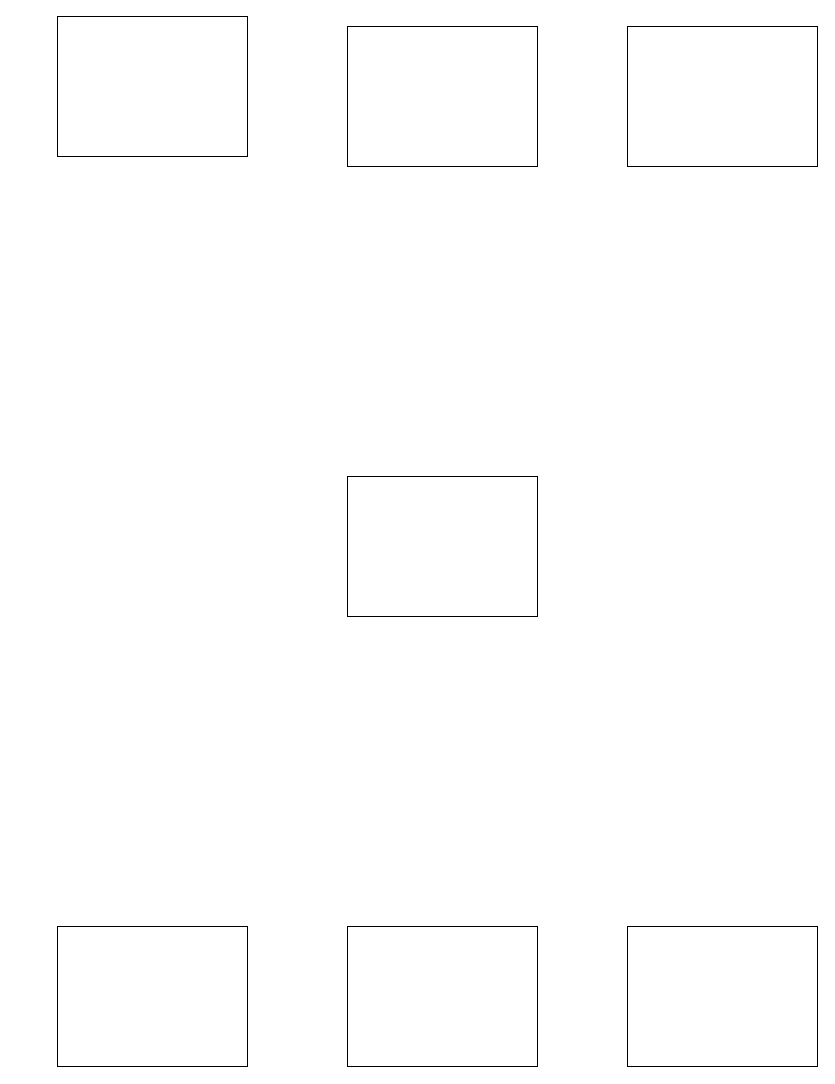
The draw.io diagram Lists/List01/Exec06/Popsicle.drawio in RenanGAS/Database-1, before the edit. Source tidied: cells renumbered, new cells numbered last; positions are measured from the earlier drawing's top-left corner, leaving out a move shared by most shapes. Both pictures are drawn from the tidied source at 100%, with x=0, y=0 at pixel (57, 16).
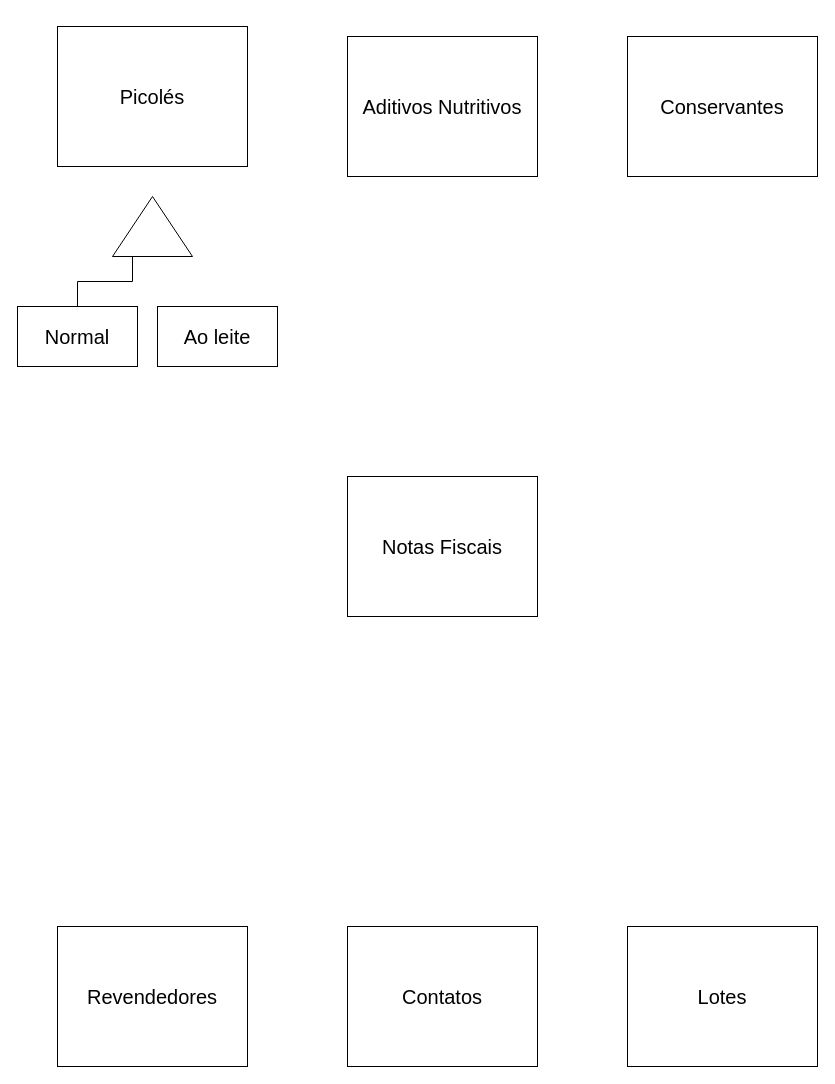
The same page after the edit.

What changed in the source:
```diff
@@
 <mxGraphModel>
   <root>
     <mxCell id="0" />
     <mxCell id="1" parent="0" />
-    <mxCell id="2" style="rounded=0;whiteSpace=wrap;html=1;" parent="1" vertex="1">
-      <mxGeometry width="190" height="140" as="geometry" />
+    <mxCell id="2" value="&lt;font style=&quot;font-size: 20px&quot;&gt;Picolés&lt;/font&gt;" style="rounded=0;whiteSpace=wrap;html=1;" parent="1" vertex="1">
+      <mxGeometry y="10" width="190" height="140" as="geometry" />
     </mxCell>
-    <mxCell id="3" style="rounded=0;whiteSpace=wrap;html=1;" parent="1" vertex="1">
-      <mxGeometry x="570" y="10" width="190" height="140" as="geometry" />
+    <mxCell id="3" value="&lt;font style=&quot;font-size: 20px&quot;&gt;Conservantes&lt;/font&gt;" style="rounded=0;whiteSpace=wrap;html=1;" parent="1" vertex="1">
+      <mxGeometry x="570" y="20" width="190" height="140" as="geometry" />
     </mxCell>
-    <mxCell id="4" style="rounded=0;whiteSpace=wrap;html=1;" parent="1" vertex="1">
-      <mxGeometry x="290" y="10" width="190" height="140" as="geometry" />
+    <mxCell id="4" value="&lt;font style=&quot;font-size: 20px&quot;&gt;Aditivos Nutritivos&lt;/font&gt;" style="rounded=0;whiteSpace=wrap;html=1;" parent="1" vertex="1">
+      <mxGeometry x="290" y="20" width="190" height="140" as="geometry" />
     </mxCell>
-    <mxCell id="5" style="rounded=0;whiteSpace=wrap;html=1;" parent="1" vertex="1">
+    <mxCell id="5" value="&lt;font style=&quot;font-size: 20px&quot;&gt;Revendedores&lt;/font&gt;" style="rounded=0;whiteSpace=wrap;html=1;" parent="1" vertex="1">
       <mxGeometry y="910" width="190" height="140" as="geometry" />
     </mxCell>
-    <mxCell id="6" style="rounded=0;whiteSpace=wrap;html=1;" parent="1" vertex="1">
+    <mxCell id="6" value="&lt;font style=&quot;font-size: 20px&quot;&gt;Contatos&lt;/font&gt;" style="rounded=0;whiteSpace=wrap;html=1;" parent="1" vertex="1">
       <mxGeometry x="290" y="910" width="190" height="140" as="geometry" />
     </mxCell>
-    <mxCell id="7" style="rounded=0;whiteSpace=wrap;html=1;" parent="1" vertex="1">
+    <mxCell id="7" value="&lt;font style=&quot;font-size: 20px&quot;&gt;Lotes&lt;/font&gt;" style="rounded=0;whiteSpace=wrap;html=1;" parent="1" vertex="1">
       <mxGeometry x="570" y="910" width="190" height="140" as="geometry" />
     </mxCell>
-    <mxCell id="8" style="rounded=0;whiteSpace=wrap;html=1;" parent="1" vertex="1">
+    <mxCell id="8" value="&lt;font style=&quot;font-size: 20px&quot;&gt;Notas Fiscais&lt;/font&gt;" style="rounded=0;whiteSpace=wrap;html=1;" parent="1" vertex="1">
       <mxGeometry x="290" y="460" width="190" height="140" as="geometry" />
     </mxCell>
+    <mxCell id="9" style="edgeStyle=orthogonalEdgeStyle;rounded=0;jettySize=auto;html=1;exitX=0;exitY=0.25;exitDx=0;exitDy=0;entryX=0.5;entryY=0;entryDx=0;entryDy=0;fontSize=20;endArrow=none;endFill=0;" parent="1" edge="1" source="10" target="11">
+      <mxGeometry relative="1" as="geometry" />
+    </mxCell>
+    <mxCell id="10" style="triangle;whiteSpace=wrap;html=1;fontSize=20;rotation=-90;" parent="1" vertex="1">
+      <mxGeometry x="65" y="170" width="60" height="80" as="geometry" />
+    </mxCell>
+    <mxCell id="11" value="Normal" style="rounded=0;whiteSpace=wrap;html=1;fontSize=20;" parent="1" vertex="1">
+      <mxGeometry x="-40" y="290" width="120" height="60" as="geometry" />
+    </mxCell>
+    <mxCell id="12" value="Ao leite" style="rounded=0;whiteSpace=wrap;html=1;fontSize=20;" parent="1" vertex="1">
+      <mxGeometry x="100" y="290" width="120" height="60" as="geometry" />
+    </mxCell>
   </root>
 </mxGraphModel>
```
